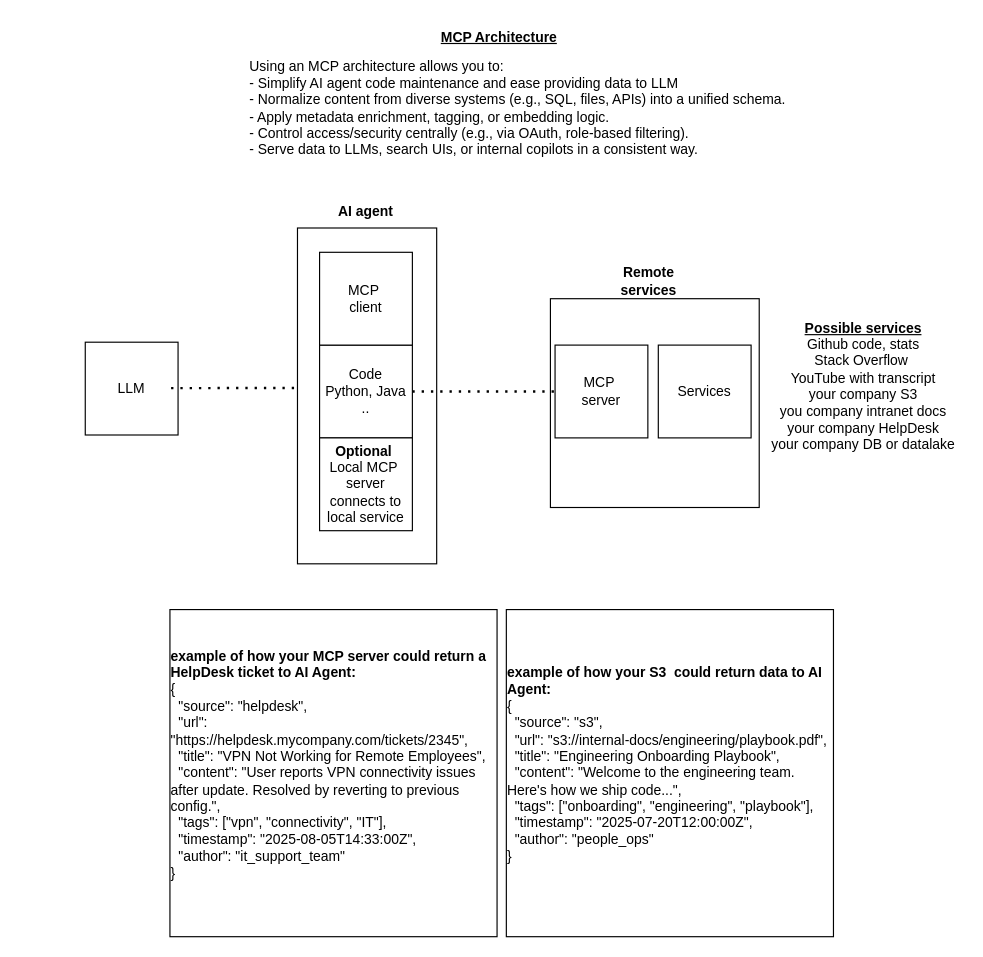
Before: page "MCP" (6 of 6) of docs/AI-Ollama-Dapr-microk8s.drawio in inigokintana/homelab-2-prod-ai-golden-path, a draw.io diagram. Source tidied: cells renumbered, new cells numbered last; positions are measured from the earlier drawing's top-left corner, leaving out a move shared by most shapes. Both pictures are drawn from the tidied source at 116%, with x=0, y=0 at pixel (85, 20).
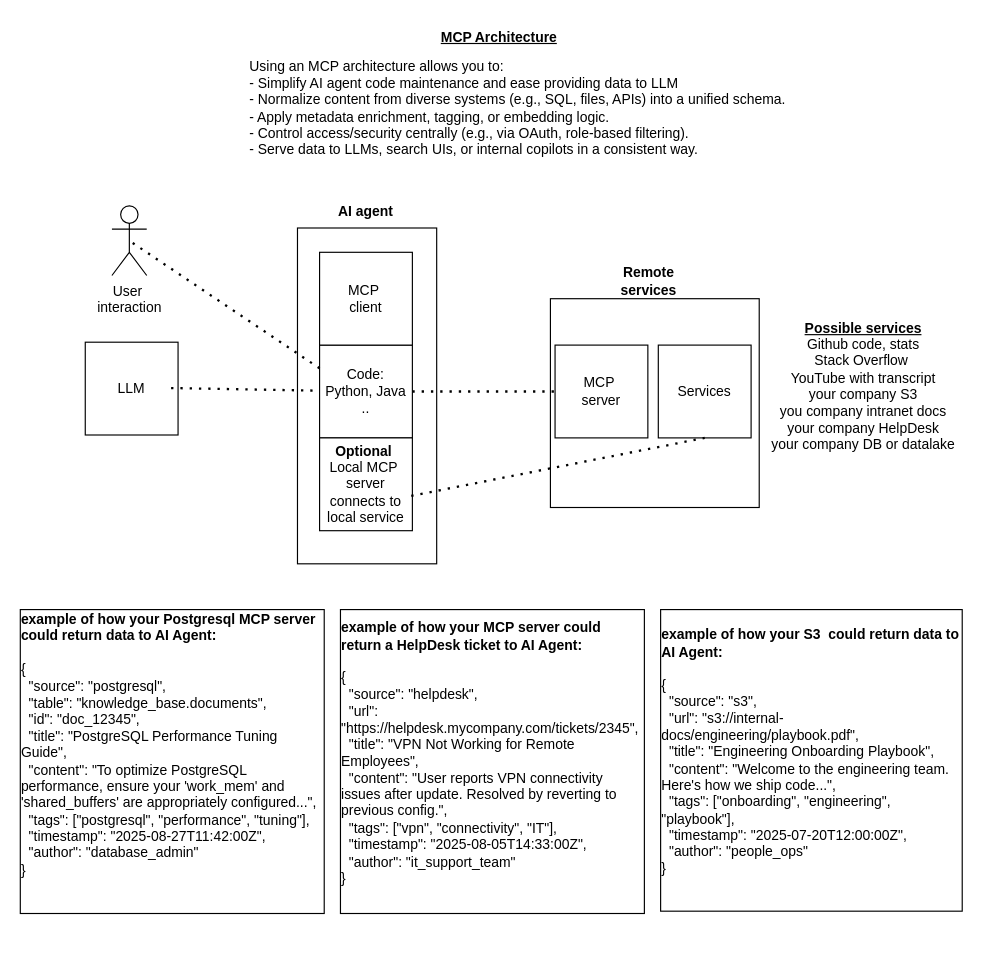
Above is the later version.

Unchanged cells that the change refers to:
```xml
<mxCell id="5" value="Services" style="whiteSpace=wrap;html=1;" parent="1" vertex="1">
  <mxGeometry x="494" y="280" width="80" height="80" as="geometry" />
</mxCell>
<mxCell id="7" value="&lt;b&gt;Optional&amp;nbsp;&lt;/b&gt;&lt;div&gt;Local&amp;nbsp;&lt;span style=&quot;background-color: transparent; color: light-dark(rgb(0, 0, 0), rgb(255, 255, 255));&quot;&gt;MCP&amp;nbsp;&lt;/span&gt;&lt;div&gt;&lt;div&gt;server connects to local service&lt;/div&gt;&lt;/div&gt;&lt;/div&gt;" style="whiteSpace=wrap;html=1;" parent="1" vertex="1">
  <mxGeometry x="202" y="360" width="80" height="80" as="geometry" />
</mxCell>
<mxCell id="15" value="LLM" style="whiteSpace=wrap;html=1;" parent="1" vertex="1">
  <mxGeometry y="277.5" width="80" height="80" as="geometry" />
</mxCell>
```

Change to the diagram source:
```diff
@@
-    <mxCell id="6" value="Code&lt;div&gt;Python, Java ..&lt;/div&gt;" style="whiteSpace=wrap;html=1;" parent="1" vertex="1">
+    <mxCell id="6" value="&lt;div&gt;Code:&lt;/div&gt;&lt;div&gt;&lt;span style=&quot;background-color: transparent; color: light-dark(rgb(0, 0, 0), rgb(255, 255, 255));&quot;&gt;Python, Java ..&lt;/span&gt;&lt;/div&gt;" style="whiteSpace=wrap;html=1;" parent="1" vertex="1">
       <mxGeometry x="202" y="280" width="80" height="80" as="geometry" />
     </mxCell>
@@
-    <mxCell id="13" value="&lt;div style=&quot;text-align: left;&quot;&gt;&lt;b&gt;example of how your S3&amp;nbsp; could return data to AI Agent:&lt;/b&gt;&lt;/div&gt;&lt;div style=&quot;text-align: left;&quot;&gt;&lt;div&gt;{&lt;/div&gt;&lt;div&gt;&amp;nbsp; &quot;source&quot;: &quot;s3&quot;,&lt;/div&gt;&lt;div&gt;&amp;nbsp; &quot;url&quot;: &quot;s3://internal-docs/engineering/playbook.pdf&quot;,&lt;/div&gt;&lt;div&gt;&amp;nbsp; &quot;title&quot;: &quot;Engineering Onboarding Playbook&quot;,&lt;/div&gt;&lt;div&gt;&amp;nbsp; &quot;content&quot;: &quot;Welcome to the engineering team. Here's how we ship code...&quot;,&lt;/div&gt;&lt;div&gt;&amp;nbsp; &quot;tags&quot;: [&quot;onboarding&quot;, &quot;engineering&quot;, &quot;playbook&quot;],&lt;/div&gt;&lt;div&gt;&amp;nbsp; &quot;timestamp&quot;: &quot;2025-07-20T12:00:00Z&quot;,&lt;/div&gt;&lt;div&gt;&amp;nbsp; &quot;author&quot;: &quot;people_ops&quot;&lt;/div&gt;&lt;div&gt;}&lt;/div&gt;&lt;/div&gt;&lt;div&gt;&lt;br&gt;&lt;/div&gt;" style="whiteSpace=wrap;html=1;" parent="1" vertex="1">
-      <mxGeometry x="363" y="508" width="282" height="282" as="geometry" />
+    <mxCell id="13" value="&lt;div style=&quot;text-align: left;&quot;&gt;&lt;b&gt;example of how your S3&amp;nbsp; could return data to AI Agent:&lt;/b&gt;&lt;/div&gt;&lt;div style=&quot;text-align: left;&quot;&gt;&lt;div&gt;&lt;br&gt;&lt;/div&gt;&lt;div&gt;{&lt;/div&gt;&lt;div&gt;&amp;nbsp; &quot;source&quot;: &quot;s3&quot;,&lt;/div&gt;&lt;div&gt;&amp;nbsp; &quot;url&quot;: &quot;s3://internal-docs/engineering/playbook.pdf&quot;,&lt;/div&gt;&lt;div&gt;&amp;nbsp; &quot;title&quot;: &quot;Engineering Onboarding Playbook&quot;,&lt;/div&gt;&lt;div&gt;&amp;nbsp; &quot;content&quot;: &quot;Welcome to the engineering team. Here's how we ship code...&quot;,&lt;/div&gt;&lt;div&gt;&amp;nbsp; &quot;tags&quot;: [&quot;onboarding&quot;, &quot;engineering&quot;, &quot;playbook&quot;],&lt;/div&gt;&lt;div&gt;&amp;nbsp; &quot;timestamp&quot;: &quot;2025-07-20T12:00:00Z&quot;,&lt;/div&gt;&lt;div&gt;&amp;nbsp; &quot;author&quot;: &quot;people_ops&quot;&lt;/div&gt;&lt;div&gt;}&lt;/div&gt;&lt;/div&gt;&lt;div&gt;&lt;br&gt;&lt;/div&gt;" style="whiteSpace=wrap;html=1;" parent="1" vertex="1">
+      <mxGeometry x="496" y="508" width="260" height="260" as="geometry" />
     </mxCell>
-    <mxCell id="14" value="&lt;div style=&quot;text-align: left;&quot;&gt;&lt;b&gt;example of how your MCP server could return a HelpDesk ticket to AI Agent:&lt;/b&gt;&lt;/div&gt;&lt;div style=&quot;text-align: left;&quot;&gt;{&lt;/div&gt;&lt;div style=&quot;text-align: left;&quot;&gt;&amp;nbsp; &quot;source&quot;: &quot;helpdesk&quot;,&lt;/div&gt;&lt;div style=&quot;text-align: left;&quot;&gt;&amp;nbsp; &quot;url&quot;: &quot;https://helpdesk.mycompany.com/tickets/2345&quot;,&lt;/div&gt;&lt;div style=&quot;text-align: left;&quot;&gt;&amp;nbsp; &quot;title&quot;: &quot;VPN Not Working for Remote Employees&quot;,&lt;/div&gt;&lt;div style=&quot;text-align: left;&quot;&gt;&amp;nbsp; &quot;content&quot;: &quot;User reports VPN connectivity issues after update. Resolved by reverting to previous config.&quot;,&lt;/div&gt;&lt;div style=&quot;text-align: left;&quot;&gt;&amp;nbsp; &quot;tags&quot;: [&quot;vpn&quot;, &quot;connectivity&quot;, &quot;IT&quot;],&lt;/div&gt;&lt;div style=&quot;text-align: left;&quot;&gt;&amp;nbsp; &quot;timestamp&quot;: &quot;2025-08-05T14:33:00Z&quot;,&lt;/div&gt;&lt;div style=&quot;text-align: left;&quot;&gt;&amp;nbsp; &quot;author&quot;: &quot;it_support_team&quot;&lt;/div&gt;&lt;div style=&quot;text-align: left;&quot;&gt;}&lt;/div&gt;&lt;div&gt;&lt;br&gt;&lt;/div&gt;" style="whiteSpace=wrap;html=1;" parent="1" vertex="1">
-      <mxGeometry x="73" y="508" width="282" height="282" as="geometry" />
+    <mxCell id="14" value="&lt;div style=&quot;text-align: left;&quot;&gt;&lt;b&gt;example of how your MCP server could return a HelpDesk ticket to AI Agent:&lt;/b&gt;&lt;/div&gt;&lt;div style=&quot;text-align: left;&quot;&gt;&lt;br&gt;&lt;/div&gt;&lt;div style=&quot;text-align: left;&quot;&gt;{&lt;/div&gt;&lt;div style=&quot;text-align: left;&quot;&gt;&amp;nbsp; &quot;source&quot;: &quot;helpdesk&quot;,&lt;/div&gt;&lt;div style=&quot;text-align: left;&quot;&gt;&amp;nbsp; &quot;url&quot;: &quot;https://helpdesk.mycompany.com/tickets/2345&quot;,&lt;/div&gt;&lt;div style=&quot;text-align: left;&quot;&gt;&amp;nbsp; &quot;title&quot;: &quot;VPN Not Working for Remote Employees&quot;,&lt;/div&gt;&lt;div style=&quot;text-align: left;&quot;&gt;&amp;nbsp; &quot;content&quot;: &quot;User reports VPN connectivity issues after update. Resolved by reverting to previous config.&quot;,&lt;/div&gt;&lt;div style=&quot;text-align: left;&quot;&gt;&amp;nbsp; &quot;tags&quot;: [&quot;vpn&quot;, &quot;connectivity&quot;, &quot;IT&quot;],&lt;/div&gt;&lt;div style=&quot;text-align: left;&quot;&gt;&amp;nbsp; &quot;timestamp&quot;: &quot;2025-08-05T14:33:00Z&quot;,&lt;/div&gt;&lt;div style=&quot;text-align: left;&quot;&gt;&amp;nbsp; &quot;author&quot;: &quot;it_support_team&quot;&lt;/div&gt;&lt;div style=&quot;text-align: left;&quot;&gt;}&lt;/div&gt;&lt;div&gt;&lt;br&gt;&lt;/div&gt;" style="whiteSpace=wrap;html=1;" parent="1" vertex="1">
+      <mxGeometry x="220" y="508" width="262" height="262" as="geometry" />
     </mxCell>
@@
-    <mxCell id="16" style="endArrow=none;dashed=1;html=1;dashPattern=1 3;strokeWidth=2;rounded=0;exitX=0.925;exitY=0.494;exitDx=0;exitDy=0;exitPerimeter=0;" parent="1" edge="1" source="15">
-      <mxGeometry relative="1" as="geometry">
-        <mxPoint x="186" y="317" as="targetPoint" />
-      </mxGeometry>
+    <mxCell id="16" style="endArrow=none;dashed=1;html=1;dashPattern=1 3;strokeWidth=2;rounded=0;exitX=0.925;exitY=0.494;exitDx=0;exitDy=0;exitPerimeter=0;" parent="1" edge="1" source="15" target="6">
+      <mxGeometry relative="1" as="geometry" />
     </mxCell>
@@
+    <mxCell id="19" value="User&amp;nbsp;&lt;div&gt;interaction&lt;/div&gt;" style="shape=umlActor;verticalLabelPosition=bottom;verticalAlign=top;html=1;outlineConnect=0;" parent="1" vertex="1">
+      <mxGeometry x="23" y="160" width="30" height="60" as="geometry" />
+    </mxCell>
+    <mxCell id="20" value="&lt;div style=&quot;text-align: left;&quot;&gt;&lt;b&gt;example of how your Postgresql MCP server could return data to AI Agent:&lt;/b&gt;&lt;/div&gt;&lt;div style=&quot;text-align: left;&quot;&gt;&lt;b&gt;&lt;br&gt;&lt;/b&gt;&lt;/div&gt;&lt;div style=&quot;text-align: left;&quot;&gt;&lt;div&gt;{&lt;/div&gt;&lt;div&gt;&amp;nbsp; &quot;source&quot;: &quot;postgresql&quot;,&lt;/div&gt;&lt;div&gt;&amp;nbsp; &quot;table&quot;: &quot;knowledge_base.documents&quot;,&lt;/div&gt;&lt;div&gt;&amp;nbsp; &quot;id&quot;: &quot;doc_12345&quot;,&lt;/div&gt;&lt;div&gt;&amp;nbsp; &quot;title&quot;: &quot;PostgreSQL Performance Tuning Guide&quot;,&lt;/div&gt;&lt;div&gt;&amp;nbsp; &quot;content&quot;: &quot;To optimize PostgreSQL performance, ensure your 'work_mem' and 'shared_buffers' are appropriately configured...&quot;,&lt;/div&gt;&lt;div&gt;&amp;nbsp; &quot;tags&quot;: [&quot;postgresql&quot;, &quot;performance&quot;, &quot;tuning&quot;],&lt;/div&gt;&lt;div&gt;&amp;nbsp; &quot;timestamp&quot;: &quot;2025-08-27T11:42:00Z&quot;,&lt;/div&gt;&lt;div&gt;&amp;nbsp; &quot;author&quot;: &quot;database_admin&quot;&lt;/div&gt;&lt;div&gt;}&lt;/div&gt;&lt;div&gt;&lt;br&gt;&lt;/div&gt;&lt;/div&gt;&lt;div&gt;&lt;br&gt;&lt;/div&gt;" style="whiteSpace=wrap;html=1;" parent="1" vertex="1">
+      <mxGeometry x="-56" y="508" width="262" height="262" as="geometry" />
+    </mxCell>
+    <mxCell id="21" style="endArrow=none;dashed=1;html=1;dashPattern=1 3;strokeWidth=2;rounded=0;entryX=0.5;entryY=0.5;entryDx=0;entryDy=0;entryPerimeter=0;exitX=0;exitY=0.25;exitDx=0;exitDy=0;" parent="1" edge="1" source="6" target="19">
+      <mxGeometry relative="1" as="geometry" />
+    </mxCell>
+    <mxCell id="22" style="endArrow=none;dashed=1;html=1;dashPattern=1 3;strokeWidth=2;rounded=0;exitX=0.988;exitY=0.625;exitDx=0;exitDy=0;exitPerimeter=0;entryX=0.5;entryY=1;entryDx=0;entryDy=0;" parent="1" edge="1" source="7" target="5">
+      <mxGeometry relative="1" as="geometry" />
+    </mxCell>
```
